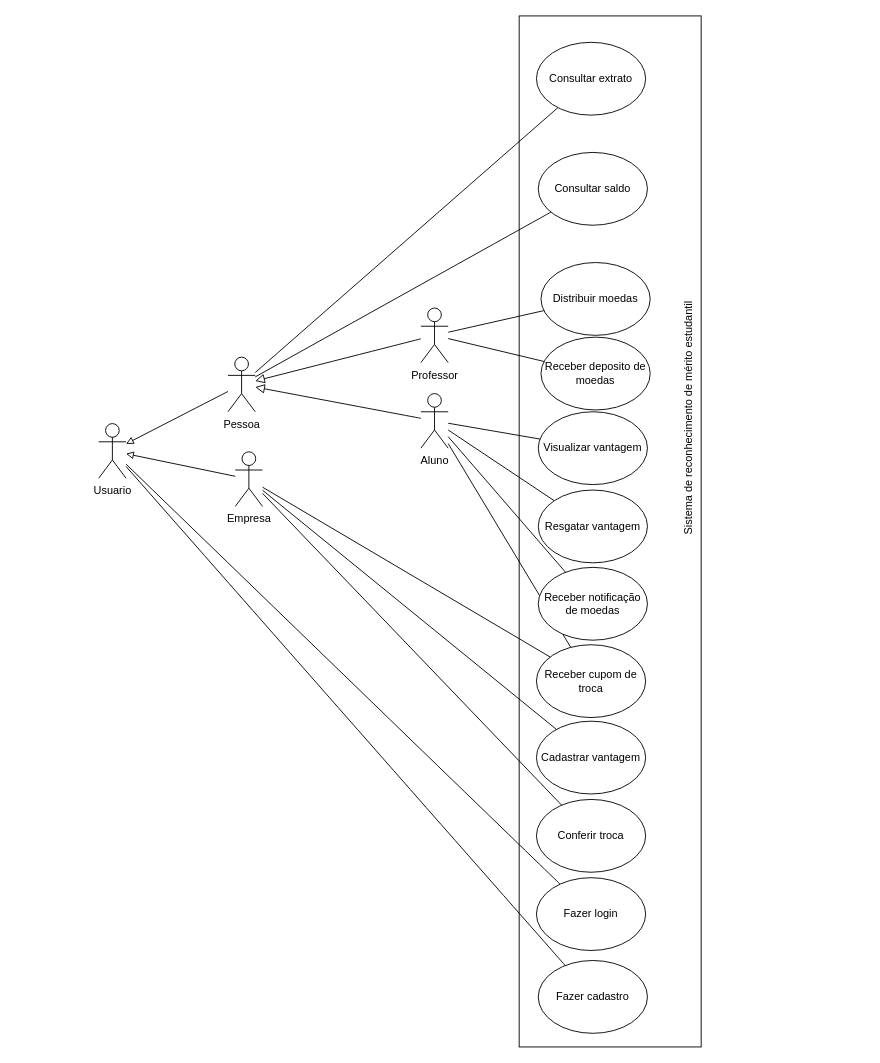
pedrolucas444/laboratorio-3 keeps this draw.io diagram as projeto/drawio/Diagrama de casos de uso.drawio. Above is the earlier version. Source tidied: cells renumbered, new cells numbered last; positions are measured from the earlier drawing's top-left corner, leaving out a move shared by most shapes. Both pictures are drawn from the tidied source at 91%, with x=0, y=0 at pixel (95, 42).
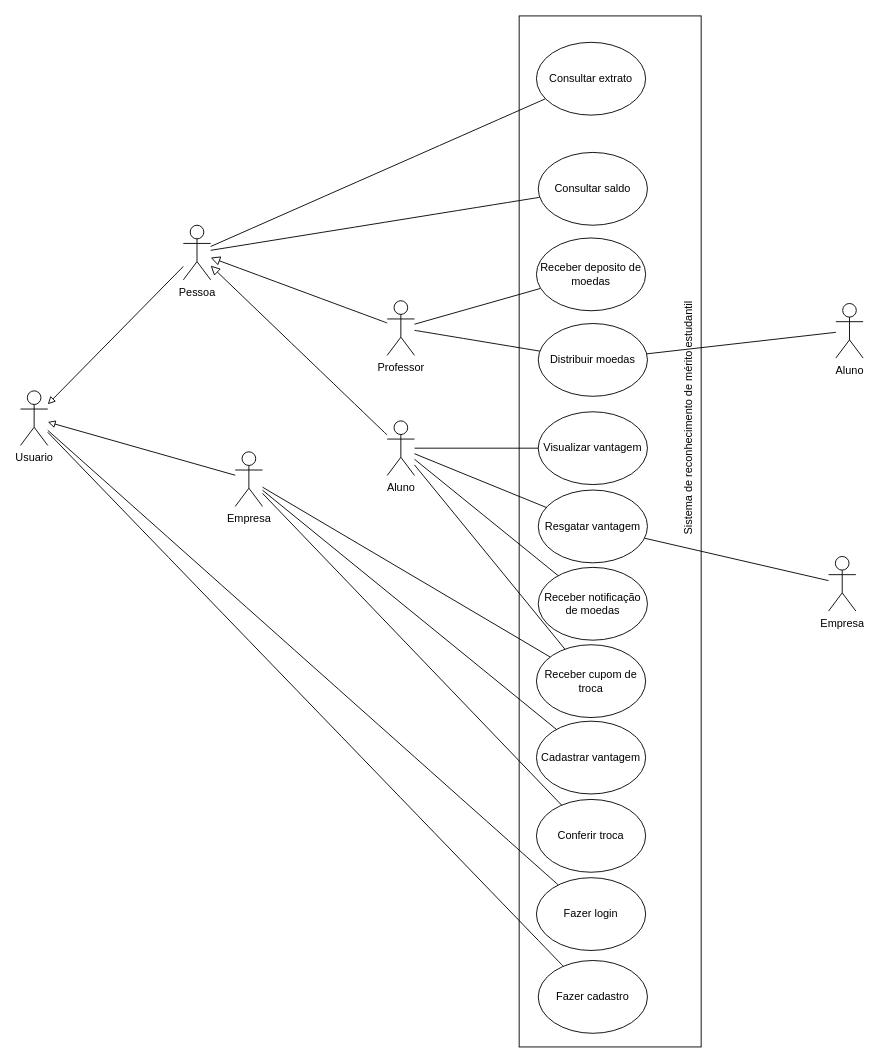
After the change.

The change refers to these unchanged cells:
```xml
<mxCell id="24" value="Resgatar vantagem" style="ellipse;whiteSpace=wrap;html=1;" parent="1" vertex="1">
  <mxGeometry x="487" y="492" width="120" height="80" as="geometry" />
</mxCell>
```

Diff of the diagram source:
```diff
@@
     <mxCell id="3" value="Pessoa" style="shape=umlActor;verticalLabelPosition=bottom;verticalAlign=top;html=1;outlineConnect=0;" parent="1" vertex="1">
-      <mxGeometry x="146" y="346" width="30" height="60" as="geometry" />
+      <mxGeometry x="97" y="201" width="30" height="60" as="geometry" />
     </mxCell>
@@
     <mxCell id="14" value="Aluno" style="shape=umlActor;verticalLabelPosition=bottom;verticalAlign=top;html=1;outlineConnect=0;" parent="1" vertex="1">
-      <mxGeometry x="358" y="386" width="30" height="60" as="geometry" />
+      <mxGeometry x="321" y="416" width="30" height="60" as="geometry" />
     </mxCell>
+    <mxCell id="38" style="rounded=0;jettySize=auto;html=1;endArrow=none;startFill=0;" parent="1" edge="1" source="15" target="40">
+      <mxGeometry relative="1" as="geometry" />
+    </mxCell>
     <mxCell id="15" value="Distribuir moedas" style="ellipse;whiteSpace=wrap;html=1;" parent="1" vertex="1">
-      <mxGeometry x="490" y="242" width="120" height="80" as="geometry" />
+      <mxGeometry x="487" y="309" width="120" height="80" as="geometry" />
     </mxCell>
     <mxCell id="16" value="Usuario" style="shape=umlActor;verticalLabelPosition=bottom;verticalAlign=top;html=1;outlineConnect=0;" parent="1" vertex="1">
-      <mxGeometry x="4" y="419" width="30" height="60" as="geometry" />
+      <mxGeometry x="-82" y="383" width="30" height="60" as="geometry" />
     </mxCell>
@@
     <mxCell id="21" value="Professor" style="shape=umlActor;verticalLabelPosition=bottom;verticalAlign=top;html=1;outlineConnect=0;" parent="1" vertex="1">
-      <mxGeometry x="358" y="292" width="30" height="60" as="geometry" />
+      <mxGeometry x="321" y="284" width="30" height="60" as="geometry" />
     </mxCell>
@@
+    <mxCell id="39" style="rounded=0;jettySize=auto;html=1;endArrow=none;startFill=0;" parent="1" edge="1" source="24" target="41">
+      <mxGeometry relative="1" as="geometry" />
+    </mxCell>
@@
     <mxCell id="37" value="Receber deposito de moedas" style="ellipse;whiteSpace=wrap;html=1;" parent="1" vertex="1">
-      <mxGeometry x="490" y="324" width="120" height="80" as="geometry" />
+      <mxGeometry x="485" y="215" width="120" height="80" as="geometry" />
     </mxCell>
+    <mxCell id="40" value="Aluno" style="shape=umlActor;verticalLabelPosition=bottom;verticalAlign=top;html=1;outlineConnect=0;" parent="1" vertex="1">
+      <mxGeometry x="814" y="287" width="30" height="60" as="geometry" />
+    </mxCell>
+    <mxCell id="41" value="Empresa" style="shape=umlActor;verticalLabelPosition=bottom;verticalAlign=top;html=1;outlineConnect=0;" parent="1" vertex="1">
+      <mxGeometry x="806" y="565" width="30" height="60" as="geometry" />
+    </mxCell>
```
